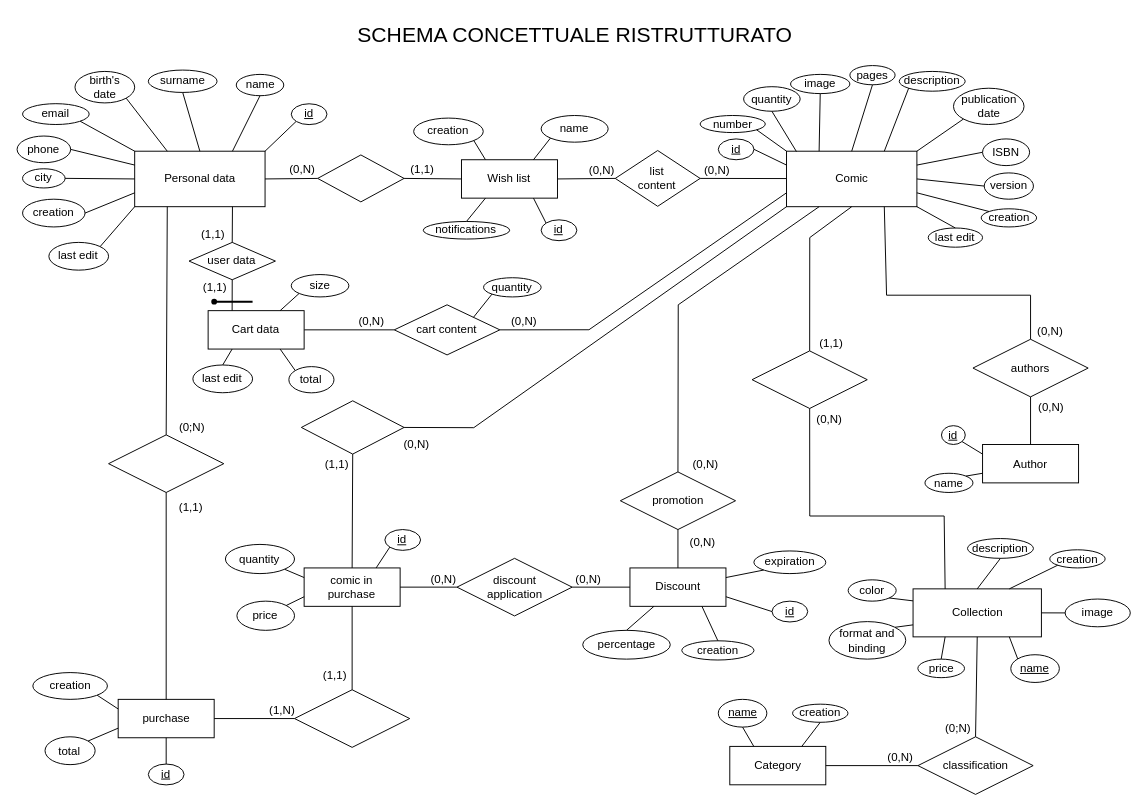
Earlier version of the draw.io diagram page "Schema E-R ristrutturato" (2 of 2) of doc/database/Comic_shop_ER_diagram.drawio (Enricods-i/Comics-Store-Backend). Source tidied: cells renumbered, new cells numbered last; positions are measured from the earlier drawing's top-left corner, leaving out a move shared by most shapes. Both pictures are drawn from the tidied source at 96%, with x=0, y=0 at pixel (16, 21).
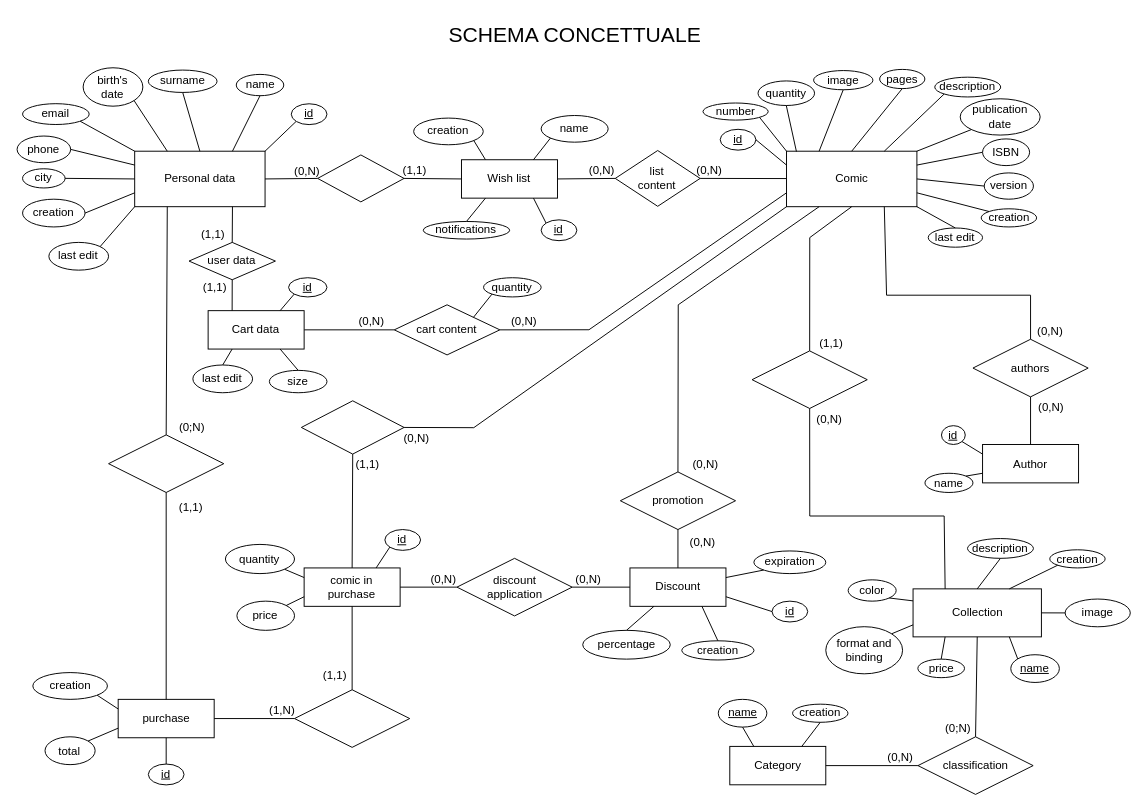
The same page after the edit.

Commit message (it also covers changes not shown here):
Ultimate le entity: fatti tutti i cascade e impostate tutte le relazioni; Aggiornato lo schema concettuale e lo schema fisico del db

The change refers to these unchanged cells:
```xml
<mxCell id="4" style="endArrow=none;html=1;rounded=0;exitX=1;exitY=0.5;exitDx=0;exitDy=0;entryX=0;entryY=0.5;entryDx=0;entryDy=0;" parent="1" edge="1" source="3" target="85">
  <mxGeometry relative="1" as="geometry" />
</mxCell>
<mxCell id="6" style="endArrow=none;html=1;rounded=0;exitX=0;exitY=0.5;exitDx=0;exitDy=0;entryX=1;entryY=0.5;entryDx=0;entryDy=0;" parent="1" edge="1" target="86">
  <mxGeometry relative="1" as="geometry">
    <mxPoint x="801.8" y="163.5" as="sourcePoint" />
  </mxGeometry>
</mxCell>
<mxCell id="59" style="endArrow=none;html=1;rounded=0;exitX=0;exitY=1;exitDx=0;exitDy=0;entryX=1;entryY=0.5;entryDx=0;entryDy=0;" parent="1" edge="1" source="2" target="119">
  <mxGeometry relative="1" as="geometry">
    <Array as="points">
      <mxPoint x="476" y="423" />
    </Array>
  </mxGeometry>
</mxCell>
<mxCell id="89" style="endArrow=none;html=1;rounded=0;entryX=1;entryY=0.5;entryDx=0;entryDy=0;exitX=0;exitY=0.5;exitDx=0;exitDy=0;" parent="1" edge="1" source="84" target="85">
  <mxGeometry relative="1" as="geometry" />
</mxCell>
<mxCell id="120" style="endArrow=none;html=1;rounded=0;exitX=0.5;exitY=0;exitDx=0;exitDy=0;entryX=0.5;entryY=1;entryDx=0;entryDy=0;" parent="1" edge="1" source="107" target="119">
  <mxGeometry relative="1" as="geometry" />
</mxCell>
<mxCell id="130" value="Cart data" style="whiteSpace=wrap;html=1;align=center;" parent="1" vertex="1">
  <mxGeometry x="199.3" y="301.1" width="100" height="40" as="geometry" />
</mxCell>
```

Diff of the diagram source:
```diff
@@
     <mxCell id="5" value="(0,N)" style="html=1;align=right;verticalAlign=bottom;" parent="4" vertex="1">
       <mxGeometry x="1" relative="1" as="geometry">
-        <mxPoint x="-3" y="-1" as="offset" />
+        <mxPoint x="2" y="1" as="offset" />
       </mxGeometry>
     </mxCell>
@@
     <mxCell id="7" value="(0,N)" style="html=1;align=right;verticalAlign=bottom;" parent="6" vertex="1">
       <mxGeometry x="1" relative="1" as="geometry">
-        <mxPoint x="31" as="offset" />
+        <mxPoint x="23" as="offset" />
       </mxGeometry>
     </mxCell>
@@
     <mxCell id="10" value="number" style="ellipse;whiteSpace=wrap;html=1;align=center;" parent="1" vertex="1">
-      <mxGeometry x="711.8" y="97.8" width="67.9" height="17.8" as="geometry" />
+      <mxGeometry x="714.8" y="84.8" width="67.9" height="17.8" as="geometry" />
     </mxCell>
     <mxCell id="11" value="pages" style="ellipse;whiteSpace=wrap;html=1;align=center;" parent="1" vertex="1">
-      <mxGeometry x="867.8" y="45.8" width="47.1" height="20" as="geometry" />
+      <mxGeometry x="898.8" y="49.8" width="47.1" height="20" as="geometry" />
     </mxCell>
     <mxCell id="12" value="description" style="ellipse;whiteSpace=wrap;html=1;align=center;" parent="1" vertex="1">
-      <mxGeometry x="919.2" y="51.9" width="68.7" height="20.6" as="geometry" />
+      <mxGeometry x="956.2" y="57.9" width="68.7" height="20.6" as="geometry" />
     </mxCell>
@@
     <mxCell id="60" value="(0,N)" style="html=1;align=right;verticalAlign=bottom;" parent="59" vertex="1">
       <mxGeometry x="1" relative="1" as="geometry">
-        <mxPoint x="27" y="26" as="offset" />
+        <mxPoint x="27" y="19" as="offset" />
       </mxGeometry>
     </mxCell>
@@
     <mxCell id="71" value="quantity" style="ellipse;whiteSpace=wrap;html=1;align=center;" parent="1" vertex="1">
-      <mxGeometry x="757.1" y="67.8" width="58.9" height="25.6" as="geometry" />
+      <mxGeometry x="772.1" y="61.8" width="58.9" height="25.6" as="geometry" />
     </mxCell>
@@
-    <mxCell id="73" value="SCHEMA CONCETTUALE RISTRUTTURATO" style="text;html=1;align=center;verticalAlign=middle;fillColor=none;strokeColor=none;rounded=0;fontSize=22;" parent="1" vertex="1">
-      <mxGeometry x="346" width="470" height="30" as="geometry" />
+    <mxCell id="73" value="SCHEMA CONCETTUALE" style="text;html=1;align=center;verticalAlign=middle;fillColor=none;strokeColor=none;rounded=0;fontSize=22;" parent="1" vertex="1">
+      <mxGeometry x="436" y="-5" width="290" height="40" as="geometry" />
     </mxCell>
     <mxCell id="74" value="publication date" style="ellipse;whiteSpace=wrap;html=1;align=center;fontSize=12;" parent="1" vertex="1">
-      <mxGeometry x="975.7" y="69.4" width="73.5" height="37.8" as="geometry" />
+      <mxGeometry x="982.7" y="80.4" width="83.3" height="37.8" as="geometry" />
     </mxCell>
@@
     <mxCell id="90" value="(1,1)" style="html=1;align=right;verticalAlign=bottom;" parent="89" vertex="1">
       <mxGeometry x="1" relative="1" as="geometry">
-        <mxPoint x="32" y="-1" as="offset" />
+        <mxPoint x="24" as="offset" />
       </mxGeometry>
     </mxCell>
@@
-    <mxCell id="98" value="birth's&lt;br&gt;date" style="ellipse;whiteSpace=wrap;html=1;align=center;" parent="1" vertex="1">
-      <mxGeometry x="60.6" y="51.9" width="62.2" height="32.8" as="geometry" />
+    <mxCell id="98" value="birth's&lt;br&gt;date" style="ellipse;whiteSpace=wrap;html=1;align=center;verticalAlign=middle;" parent="1" vertex="1">
+      <mxGeometry x="69.1" y="48.1" width="62.2" height="40" as="geometry" />
     </mxCell>
@@
     <mxCell id="102" value="image" style="ellipse;whiteSpace=wrap;html=1;align=center;" parent="1" vertex="1">
-      <mxGeometry x="806" y="55" width="61.8" height="20" as="geometry" />
+      <mxGeometry x="830" y="51" width="61.8" height="20" as="geometry" />
     </mxCell>
@@
     <mxCell id="121" value="(1,1)" style="html=1;align=right;verticalAlign=bottom;" parent="120" vertex="1">
       <mxGeometry x="1" relative="1" as="geometry">
-        <mxPoint x="-4" y="19" as="offset" />
+        <mxPoint x="28" y="19" as="offset" />
       </mxGeometry>
     </mxCell>
@@
     <mxCell id="125" value="format and binding" style="ellipse;whiteSpace=wrap;html=1;align=center;" parent="1" vertex="1">
-      <mxGeometry x="846" y="625" width="80" height="39.1" as="geometry" />
+      <mxGeometry x="842.7" y="630.3" width="80" height="49.1" as="geometry" />
     </mxCell>
@@
-    <mxCell id="127" value="total" style="ellipse;whiteSpace=wrap;html=1;align=center;" parent="1" vertex="1">
-      <mxGeometry x="283.4" y="359.4" width="47" height="27.3" as="geometry" />
-    </mxCell>
     <mxCell id="128" value="size" style="ellipse;whiteSpace=wrap;html=1;align=center;" parent="1" vertex="1">
-      <mxGeometry x="285.9" y="263.5" width="60" height="23.3" as="geometry" />
+      <mxGeometry x="263.1" y="363.3" width="60" height="23.3" as="geometry" />
     </mxCell>
-    <mxCell id="129" style="endArrow=none;html=1;rounded=0;entryX=0;entryY=0;entryDx=0;entryDy=0;exitX=0.75;exitY=1;exitDx=0;exitDy=0;" parent="1" edge="1" source="130" target="127">
-      <mxGeometry relative="1" as="geometry" />
-    </mxCell>
@@
     <mxCell id="145" value="id" style="ellipse;whiteSpace=wrap;html=1;align=center;fontStyle=4;" parent="1" vertex="1">
-      <mxGeometry x="730.7" y="122.2" width="37.2" height="21.7" as="geometry" />
+      <mxGeometry x="732.7" y="112.2" width="37.2" height="21.7" as="geometry" />
     </mxCell>
@@
-    <mxCell id="150" style="endArrow=none;html=1;rounded=0;exitX=0.75;exitY=0;exitDx=0;exitDy=0;entryX=0;entryY=1;entryDx=0;entryDy=0;" parent="1" edge="1" source="130" target="128">
+    <mxCell id="150" style="endArrow=none;html=1;rounded=0;entryX=0.5;entryY=0;entryDx=0;entryDy=0;exitX=0.75;exitY=1;exitDx=0;exitDy=0;" parent="1" edge="1" source="130" target="128">
       <mxGeometry relative="1" as="geometry" />
     </mxCell>
-    <mxCell id="151" style="shape=waypoint;sketch=0;fillStyle=solid;size=6;fillColor=none;perimeter=centerPerimeter;" parent="1" vertex="1">
-      <mxGeometry x="185.6" y="271.8" width="40" height="40" as="geometry" />
-    </mxCell>
-    <mxCell id="152" style="line;strokeWidth=2;html=1;" parent="1" vertex="1">
-      <mxGeometry x="207.7" y="286.8" width="37.9" height="10" as="geometry" />
-    </mxCell>
@@
+    <mxCell id="173" value="id" style="ellipse;whiteSpace=wrap;html=1;align=center;fontStyle=4;" parent="1" vertex="1">
+      <mxGeometry x="283.1" y="266.8" width="40" height="20" as="geometry" />
+    </mxCell>
+    <mxCell id="174" style="endArrow=none;html=1;rounded=0;exitX=0.75;exitY=0;exitDx=0;exitDy=0;entryX=0;entryY=1;entryDx=0;entryDy=0;" parent="1" edge="1" source="130" target="173">
+      <mxGeometry relative="1" as="geometry" />
+    </mxCell>
```
